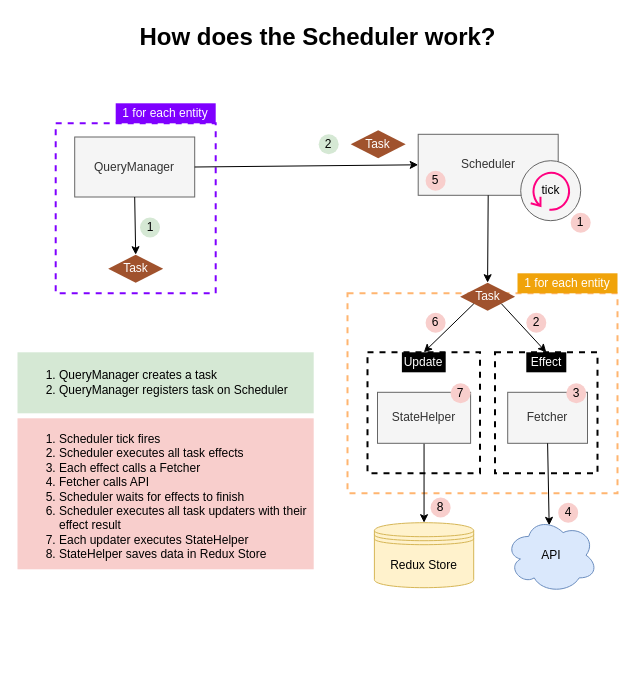
This is docs/design/img/scheduler.drawio from inmanta/web-console, a draw.io file, before an edit. Source tidied: cells renumbered, new cells numbered last; positions are measured from the earlier drawing's top-left corner, leaving out a move shared by most shapes. Both pictures are drawn from the tidied source at 100%, with x=0, y=0 at pixel (17, 17).
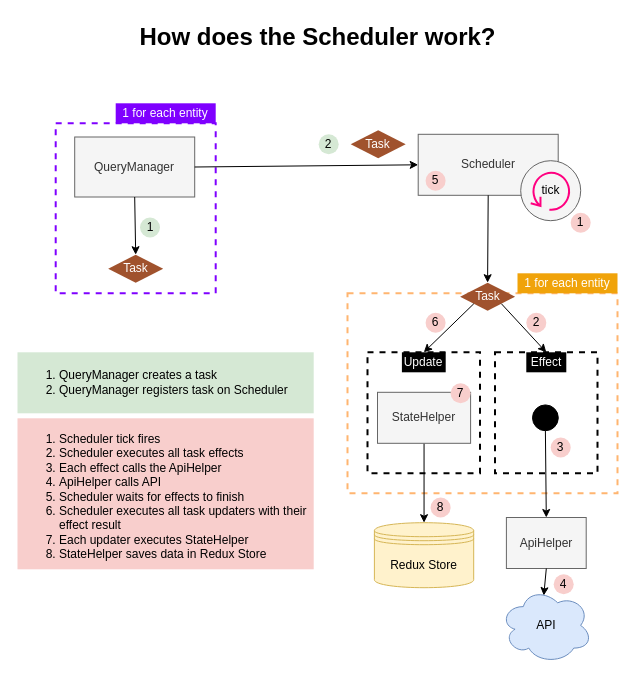
Above is the later version.

Change to the diagram source:
```diff
@@
-    <mxCell id="13" value="&lt;ol&gt;&lt;li&gt;Scheduler tick fires&lt;/li&gt;&lt;li&gt;Scheduler executes all task effects&lt;/li&gt;&lt;li&gt;Each effect calls a Fetcher&lt;/li&gt;&lt;li&gt;Fetcher calls API&lt;/li&gt;&lt;li&gt;Scheduler waits for effects to finish&lt;/li&gt;&lt;li&gt;Scheduler executes all task updaters with their effect result&lt;/li&gt;&lt;li&gt;Each updater executes StateHelper&lt;/li&gt;&lt;li&gt;StateHelper saves data in Redux Store&lt;/li&gt;&lt;/ol&gt;" style="text;html=1;whiteSpace=wrap;verticalAlign=middle;overflow=hidden;strokeWidth=2;align=left;fillColor=#f8cecc;dashed=1;dashPattern=1 1;" parent="1" vertex="1">
+    <mxCell id="13" value="&lt;ol&gt;&lt;li&gt;Scheduler tick fires&lt;/li&gt;&lt;li&gt;Scheduler executes all task effects&lt;/li&gt;&lt;li&gt;Each effect calls the ApiHelper&lt;/li&gt;&lt;li&gt;ApiHelper calls API&lt;/li&gt;&lt;li&gt;Scheduler waits for effects to finish&lt;/li&gt;&lt;li&gt;Scheduler executes all task updaters with their effect result&lt;/li&gt;&lt;li&gt;Each updater executes StateHelper&lt;/li&gt;&lt;li&gt;StateHelper saves data in Redux Store&lt;/li&gt;&lt;/ol&gt;" style="text;html=1;whiteSpace=wrap;verticalAlign=middle;overflow=hidden;strokeWidth=2;align=left;fillColor=#f8cecc;dashed=1;dashPattern=1 1;" parent="1" vertex="1">
       <mxGeometry y="400.8" width="296.2" height="151" as="geometry" />
     </mxCell>
@@
-    <mxCell id="21" value="&lt;font style=&quot;font-size: 12px&quot;&gt;Fetcher&lt;/font&gt;" style="whiteSpace=wrap;html=1;rounded=0;fillColor=#f5f5f5;strokeColor=#666666;fontColor=#333333;" parent="1" vertex="1">
-      <mxGeometry x="490.2" y="374.8" width="79.8" height="51" as="geometry" />
+    <mxCell id="21" value="&lt;font style=&quot;font-size: 12px&quot;&gt;ApiHelper&lt;/font&gt;" style="whiteSpace=wrap;html=1;rounded=0;fillColor=#f5f5f5;strokeColor=#666666;fontColor=#333333;" parent="1" vertex="1">
+      <mxGeometry x="488.9" y="500" width="79.8" height="51" as="geometry" />
     </mxCell>
@@
     <mxCell id="29" value="&lt;font style=&quot;font-size: 12px&quot;&gt;API&lt;/font&gt;" style="ellipse;shape=cloud;whiteSpace=wrap;html=1;strokeWidth=1;perimeterSpacing=0;fillColor=#dae8fc;strokeColor=#6c8ebf;" parent="1" vertex="1">
-      <mxGeometry x="488.3" y="500" width="91.7" height="75.5" as="geometry" />
+      <mxGeometry x="482.9" y="570.2" width="91.7" height="75.5" as="geometry" />
     </mxCell>
@@
     <mxCell id="32" value="3" style="ellipse;whiteSpace=wrap;html=1;strokeWidth=2;fillColor=#f8cecc;strokeColor=none;" parent="1" vertex="1">
-      <mxGeometry x="548.8" y="365.8" width="20" height="20" as="geometry" />
+      <mxGeometry x="533.2" y="420" width="20" height="20" as="geometry" />
     </mxCell>
@@
     <mxCell id="39" value="4" style="ellipse;whiteSpace=wrap;html=1;strokeWidth=2;fillColor=#f8cecc;strokeColor=none;" parent="1" vertex="1">
-      <mxGeometry x="540.7" y="485.2" width="20" height="20" as="geometry" />
+      <mxGeometry x="536.2" y="556.8" width="20" height="20" as="geometry" />
     </mxCell>
@@
+    <mxCell id="41" style="ellipse;whiteSpace=wrap;html=1;fillColor=#000000;" parent="1" vertex="1">
+      <mxGeometry x="515" y="387.4" width="25.8" height="25.8" as="geometry" />
+    </mxCell>
+    <mxCell id="42" style="endArrow=classic;html=1;exitX=0.5;exitY=1;exitDx=0;exitDy=0;entryX=0.5;entryY=0;entryDx=0;entryDy=0;" parent="1" edge="1" source="41" target="21">
+      <mxGeometry relative="1" as="geometry" />
+    </mxCell>
```
